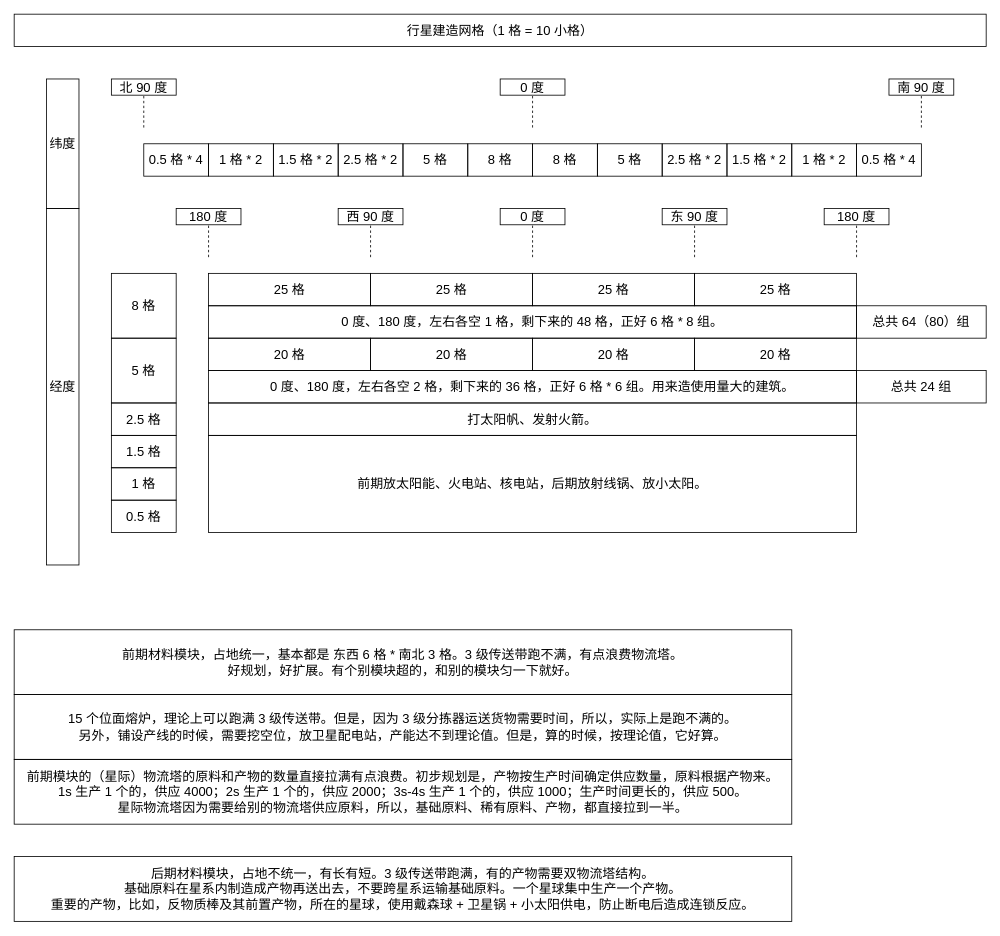
Earlier version of the draw.io diagram drawio/game/dyson_sphere_program.drawio (KelipuTe/note). Source tidied: cells renumbered, new cells numbered last; positions are measured from the earlier drawing's top-left corner, leaving out a move shared by most shapes. Both pictures are drawn from the tidied source at 81%, with x=0, y=0 at pixel (14, 14).
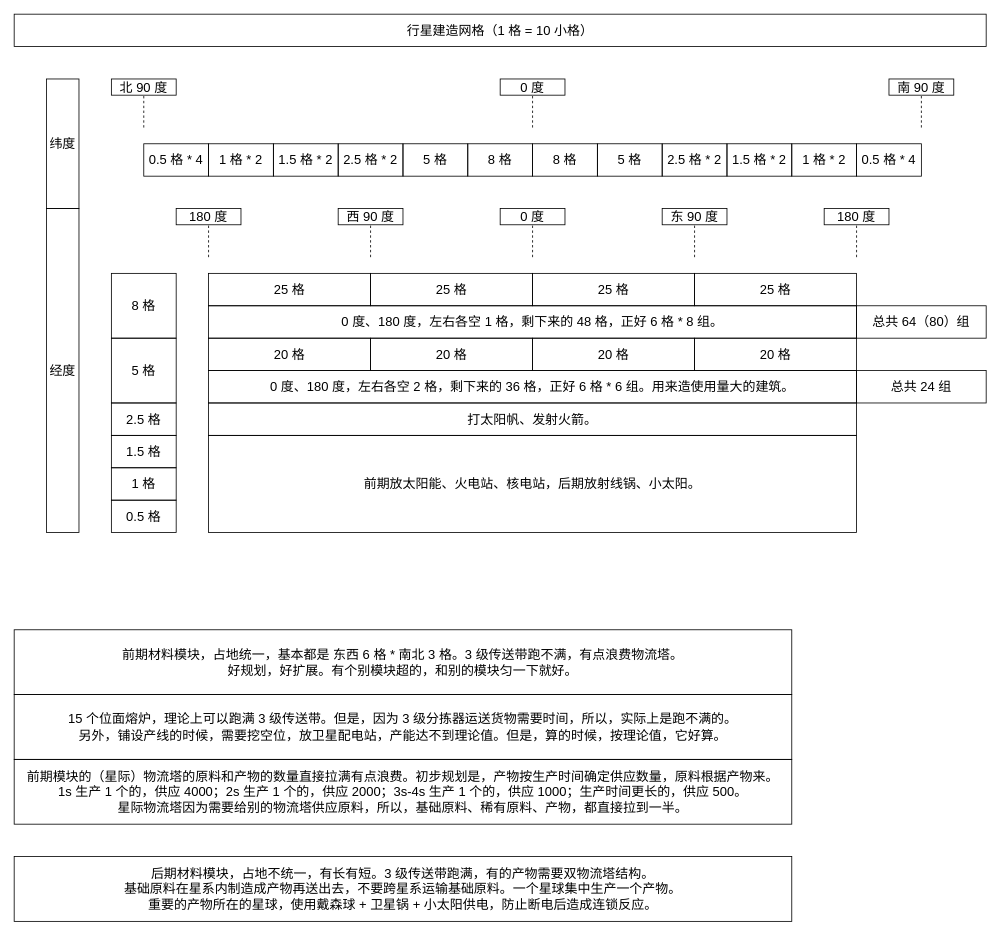
The same diagram, later.

What changed in the source:
```diff
@@
-    <mxCell id="35" value="前期放太阳能、火电站、核电站，后期放射线锅、放小太阳。" style="rounded=0;whiteSpace=wrap;html=1;fontSize=16;fillColor=none;" parent="1" vertex="1">
+    <mxCell id="35" value="前期放太阳能、火电站、核电站，后期放射线锅、小太阳。" style="rounded=0;whiteSpace=wrap;html=1;fontSize=16;fillColor=none;" parent="1" vertex="1">
       <mxGeometry x="240" y="520" width="800" height="120" as="geometry" />
     </mxCell>
@@
     <mxCell id="44" value="经度" style="rounded=0;whiteSpace=wrap;html=1;fillColor=none;fontSize=16;" parent="1" vertex="1">
-      <mxGeometry x="40" y="240" width="40" height="440" as="geometry" />
+      <mxGeometry x="40" y="240" width="40" height="400" as="geometry" />
     </mxCell>
@@
-    <mxCell id="56" value="后期材料模块，占地不统一，有长有短。3 级传送带跑满，有的产物需要双物流塔结构。&lt;br&gt;基础原料在星系内制造成产物再送出去，不要跨星系运输基础原料。一个星球集中生产一个产物。&lt;br&gt;重要的产物，比如，反物质棒及其前置产物，所在的星球，使用戴森球 + 卫星锅 + 小太阳供电，防止断电后造成连锁反应。" style="rounded=0;whiteSpace=wrap;html=1;fillColor=none;fontSize=16;" parent="1" vertex="1">
+    <mxCell id="56" value="后期材料模块，占地不统一，有长有短。3 级传送带跑满，有的产物需要双物流塔结构。&lt;br&gt;基础原料在星系内制造成产物再送出去，不要跨星系运输基础原料。一个星球集中生产一个产物。&lt;br&gt;重要的产物所在的星球，使用戴森球 + 卫星锅 + 小太阳供电，防止断电后造成连锁反应。" style="rounded=0;whiteSpace=wrap;html=1;fillColor=none;fontSize=16;" parent="1" vertex="1">
       <mxGeometry y="1040" width="960" height="80" as="geometry" />
     </mxCell>
```
